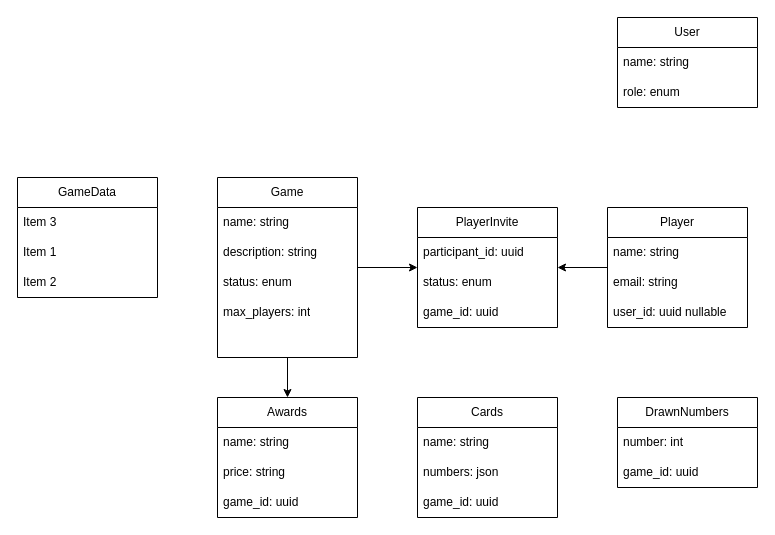
The draw.io diagram docs/Diagrama de entidades.drawio in fredmessias43/bingo, before the edit. Source tidied: cells renumbered, new cells numbered last; positions are measured from the earlier drawing's top-left corner, leaving out a move shared by most shapes. Both pictures are drawn from the tidied source at 100%, with x=0, y=0 at pixel (17, 17).
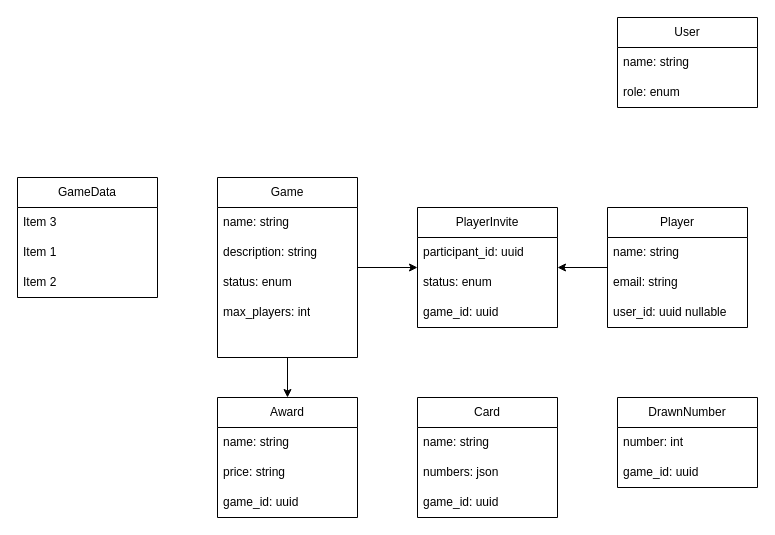
After the change.

What changed in the source:
```diff
@@
-    <mxCell id="19" value="Awards" style="swimlane;fontStyle=0;horizontal=1;startSize=30;whiteSpace=wrap;html=1;" parent="1" vertex="1">
+    <mxCell id="19" value="Award" style="swimlane;fontStyle=0;horizontal=1;startSize=30;whiteSpace=wrap;html=1;" parent="1" vertex="1">
       <mxGeometry x="200" y="380" width="140" height="120" as="geometry" />
     </mxCell>
@@
-    <mxCell id="30" value="Cards" style="swimlane;fontStyle=0;horizontal=1;startSize=30;whiteSpace=wrap;html=1;" parent="1" vertex="1">
+    <mxCell id="30" value="Card" style="swimlane;fontStyle=0;horizontal=1;startSize=30;whiteSpace=wrap;html=1;" parent="1" vertex="1">
       <mxGeometry x="400" y="380" width="140" height="120" as="geometry" />
     </mxCell>
@@
-    <mxCell id="34" value="DrawnNumbers" style="swimlane;fontStyle=0;horizontal=1;startSize=30;whiteSpace=wrap;html=1;" parent="1" vertex="1">
+    <mxCell id="34" value="DrawnNumber" style="swimlane;fontStyle=0;horizontal=1;startSize=30;whiteSpace=wrap;html=1;" parent="1" vertex="1">
       <mxGeometry x="600" y="380" width="140" height="90" as="geometry" />
     </mxCell>
```
